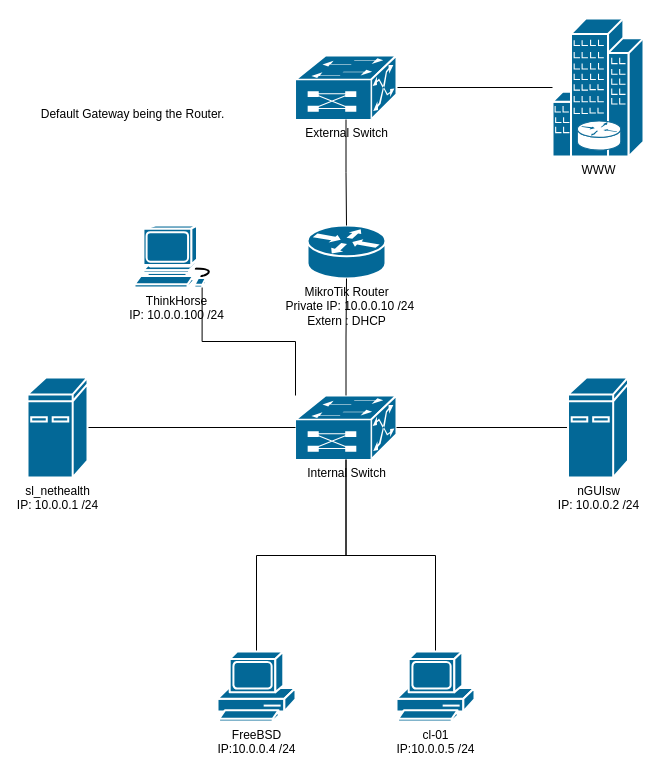
Above: documentation/Netzwerk Plan .drawio in AndreiSerbu/Nethealth (draw.io), before the change. Source tidied: cells renumbered, new cells numbered last; positions are measured from the earlier drawing's top-left corner, leaving out a move shared by most shapes. Both pictures are drawn from the tidied source at 100%, with x=0, y=0 at pixel (27, 18).
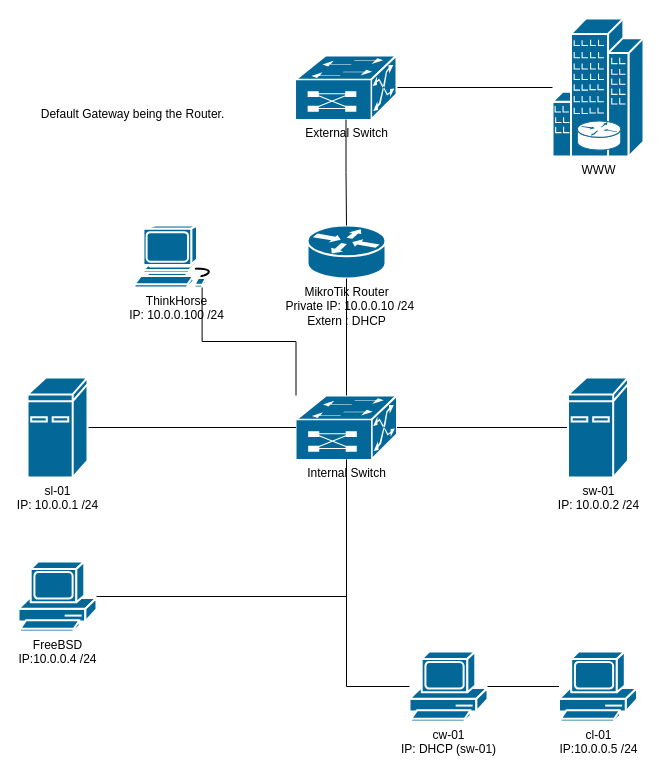
Above is the later version.

Change to the diagram source:
```diff
@@
     <mxCell id="3" value="Internal Switch&lt;div&gt;&lt;br&gt;&lt;/div&gt;" style="shape=mxgraph.cisco.switches.multiswitch_device;sketch=0;html=1;dashed=0;fillColor=#036897;strokeColor=#ffffff;strokeWidth=2;verticalLabelPosition=bottom;verticalAlign=top;align=center;outlineConnect=0;" parent="1" vertex="1">
-      <mxGeometry x="268" y="377" width="101" height="64" as="geometry" />
+      <mxGeometry x="268.5" y="377" width="101" height="64" as="geometry" />
     </mxCell>
@@
-    <mxCell id="9" style="edgeStyle=orthogonalEdgeStyle;rounded=0;jettySize=auto;html=1;endArrow=none;startFill=0;" parent="1" edge="1" source="10" target="3">
+    <mxCell id="9" style="edgeStyle=orthogonalEdgeStyle;rounded=0;jettySize=auto;html=1;endArrow=none;startFill=0;" parent="1" edge="1" source="21" target="3">
       <mxGeometry relative="1" as="geometry" />
     </mxCell>
     <mxCell id="10" value="cl-01&lt;div&gt;IP:10.0.0.5 /24&lt;/div&gt;" style="shape=mxgraph.cisco.computers_and_peripherals.pc;sketch=0;html=1;dashed=0;fillColor=#036897;strokeColor=#ffffff;strokeWidth=2;verticalLabelPosition=bottom;verticalAlign=top;align=center;outlineConnect=0;" parent="1" vertex="1">
-      <mxGeometry x="369" y="633" width="78" height="70" as="geometry" />
+      <mxGeometry x="531.5" y="633" width="78" height="70" as="geometry" />
     </mxCell>
@@
     <mxCell id="12" value="FreeBSD&lt;div&gt;IP:10.0.0.4 /24&lt;/div&gt;" style="shape=mxgraph.cisco.computers_and_peripherals.pc;sketch=0;html=1;dashed=0;fillColor=#036897;strokeColor=#ffffff;strokeWidth=2;verticalLabelPosition=bottom;verticalAlign=top;align=center;outlineConnect=0;" parent="1" vertex="1">
-      <mxGeometry x="190" y="633" width="78" height="70" as="geometry" />
+      <mxGeometry x="-9" y="543" width="78" height="70" as="geometry" />
     </mxCell>
@@
-    <mxCell id="14" value="nGUIsw&lt;div&gt;IP: 10.0.0.2 /24&lt;/div&gt;" style="shape=mxgraph.cisco.computers_and_peripherals.ibm_mini_as400;sketch=0;html=1;dashed=0;fillColor=#036897;strokeColor=#ffffff;strokeWidth=2;verticalLabelPosition=bottom;verticalAlign=top;align=center;outlineConnect=0;" parent="1" vertex="1">
+    <mxCell id="14" value="sw-01&lt;div&gt;IP: 10.0.0.2 /24&lt;/div&gt;" style="shape=mxgraph.cisco.computers_and_peripherals.ibm_mini_as400;sketch=0;html=1;dashed=0;fillColor=#036897;strokeColor=#ffffff;strokeWidth=2;verticalLabelPosition=bottom;verticalAlign=top;align=center;outlineConnect=0;" parent="1" vertex="1">
       <mxGeometry x="540.5" y="359" width="60" height="100" as="geometry" />
     </mxCell>
@@
-    <mxCell id="16" value="sl_nethealth&lt;div&gt;IP: 10.0.0.1 /24&lt;/div&gt;" style="shape=mxgraph.cisco.computers_and_peripherals.ibm_mini_as400;sketch=0;html=1;dashed=0;fillColor=#036897;strokeColor=#ffffff;strokeWidth=2;verticalLabelPosition=bottom;verticalAlign=top;align=center;outlineConnect=0;" parent="1" vertex="1">
+    <mxCell id="16" value="sl-01&lt;div&gt;IP: 10.0.0.1 /24&lt;/div&gt;" style="shape=mxgraph.cisco.computers_and_peripherals.ibm_mini_as400;sketch=0;html=1;dashed=0;fillColor=#036897;strokeColor=#ffffff;strokeWidth=2;verticalLabelPosition=bottom;verticalAlign=top;align=center;outlineConnect=0;" parent="1" vertex="1">
       <mxGeometry y="359" width="60" height="100" as="geometry" />
     </mxCell>
@@
+    <mxCell id="20" style="edgeStyle=orthogonalEdgeStyle;rounded=0;jettySize=auto;html=1;endArrow=none;startFill=0;" parent="1" edge="1" source="10" target="21">
+      <mxGeometry relative="1" as="geometry" />
+    </mxCell>
+    <mxCell id="21" value="cw-01&lt;div&gt;IP: DHCP (sw-01)&lt;/div&gt;" style="shape=mxgraph.cisco.computers_and_peripherals.pc;sketch=0;html=1;dashed=0;fillColor=#036897;strokeColor=#ffffff;strokeWidth=2;verticalLabelPosition=bottom;verticalAlign=top;align=center;outlineConnect=0;" parent="1" vertex="1">
+      <mxGeometry x="382" y="633" width="78" height="70" as="geometry" />
+    </mxCell>
```
